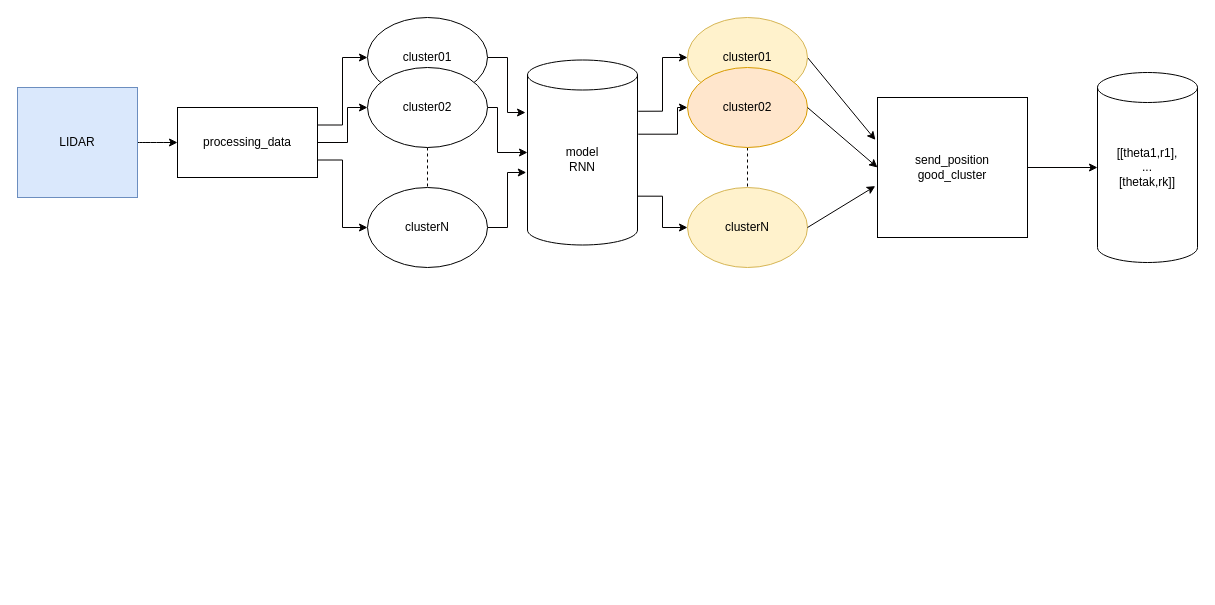
Earlier version of the draw.io diagram page "prediction" (3 of 3) of .doc/ros_detection_legs.drawio (PouceHeure/ros_detection_legs). Source tidied: cells renumbered, new cells numbered last; positions are measured from the earlier drawing's top-left corner, leaving out a move shared by most shapes. Both pictures are drawn from the tidied source at 100%, with x=0, y=0 at pixel (17, 17).
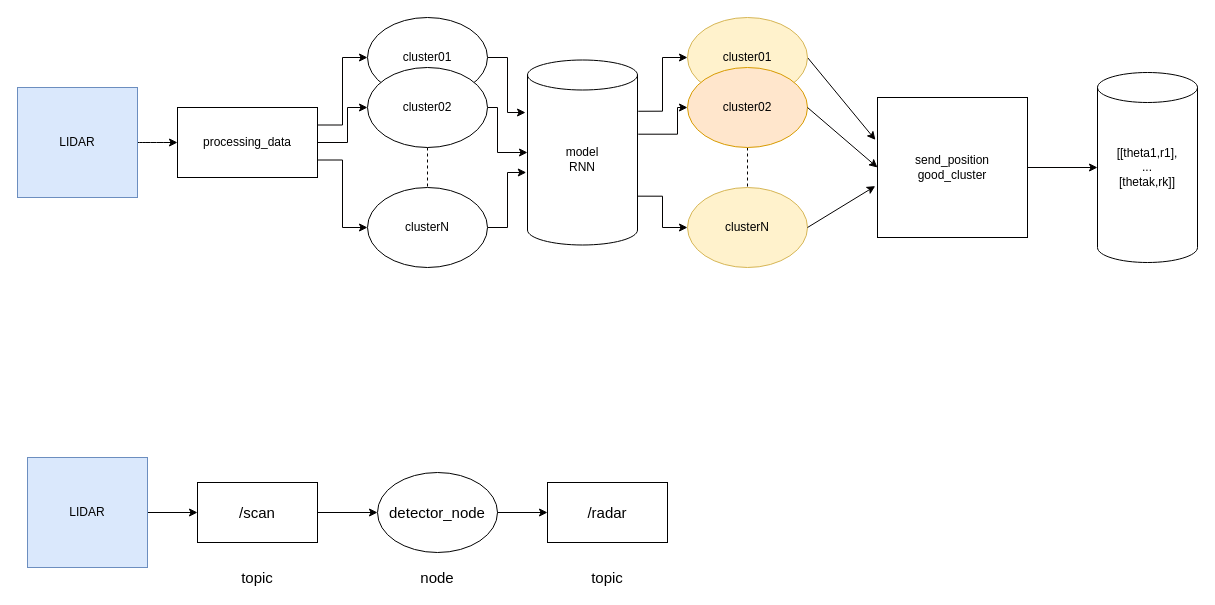
The same diagram, later.

Diff of the diagram source:
```diff
@@
+    <mxCell id="29" style="edgeStyle=orthogonalEdgeStyle;rounded=0;jettySize=auto;html=1;exitX=1;exitY=0.5;exitDx=0;exitDy=0;endArrow=classic;endFill=1;fontSize=15;" parent="1" edge="1" source="30" target="32">
+      <mxGeometry relative="1" as="geometry" />
+    </mxCell>
+    <mxCell id="30" value="LIDAR" style="rounded=0;whiteSpace=wrap;html=1;fillColor=#dae8fc;strokeColor=#6c8ebf;" parent="1" vertex="1">
+      <mxGeometry x="10" y="440" width="120" height="110" as="geometry" />
+    </mxCell>
+    <mxCell id="31" style="edgeStyle=orthogonalEdgeStyle;rounded=0;jettySize=auto;html=1;exitX=1;exitY=0.5;exitDx=0;exitDy=0;entryX=0;entryY=0.5;entryDx=0;entryDy=0;endArrow=classic;endFill=1;fontSize=15;" parent="1" edge="1" source="32" target="34">
+      <mxGeometry relative="1" as="geometry" />
+    </mxCell>
+    <mxCell id="32" value="/scan" style="rounded=0;whiteSpace=wrap;html=1;fontSize=15;" parent="1" vertex="1">
+      <mxGeometry x="180" y="465" width="120" height="60" as="geometry" />
+    </mxCell>
+    <mxCell id="33" style="edgeStyle=orthogonalEdgeStyle;rounded=0;jettySize=auto;html=1;exitX=1;exitY=0.5;exitDx=0;exitDy=0;entryX=0;entryY=0.5;entryDx=0;entryDy=0;endArrow=classic;endFill=1;fontSize=15;" parent="1" edge="1" source="34" target="35">
+      <mxGeometry relative="1" as="geometry" />
+    </mxCell>
+    <mxCell id="34" value="detector_node" style="ellipse;whiteSpace=wrap;html=1;fillColor=none;fontSize=15;" parent="1" vertex="1">
+      <mxGeometry x="360" y="455" width="120" height="80" as="geometry" />
+    </mxCell>
+    <mxCell id="35" value="/radar" style="rounded=0;whiteSpace=wrap;html=1;fontSize=15;" parent="1" vertex="1">
+      <mxGeometry x="530" y="465" width="120" height="60" as="geometry" />
+    </mxCell>
+    <mxCell id="36" value="topic" style="text;html=1;strokeColor=none;fillColor=none;align=center;verticalAlign=middle;whiteSpace=wrap;rounded=0;fontSize=15;" parent="1" vertex="1">
+      <mxGeometry x="220" y="550" width="40" height="20" as="geometry" />
+    </mxCell>
+    <mxCell id="37" value="node" style="text;html=1;strokeColor=none;fillColor=none;align=center;verticalAlign=middle;whiteSpace=wrap;rounded=0;fontSize=15;" parent="1" vertex="1">
+      <mxGeometry x="400" y="550" width="40" height="20" as="geometry" />
+    </mxCell>
+    <mxCell id="38" value="topic" style="text;html=1;strokeColor=none;fillColor=none;align=center;verticalAlign=middle;whiteSpace=wrap;rounded=0;fontSize=15;" parent="1" vertex="1">
+      <mxGeometry x="570" y="550" width="40" height="20" as="geometry" />
+    </mxCell>
```
